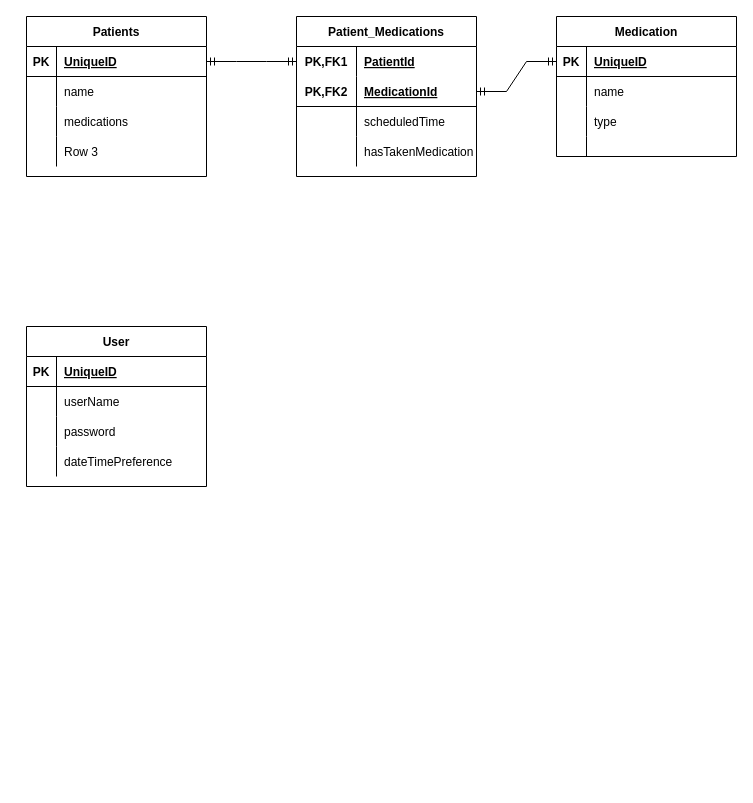
skspade/track.rx keeps this draw.io diagram as diagrams/DB Modeling Diagram.drawio. Above is the earlier version. Source tidied: cells renumbered, new cells numbered last; positions are measured from the earlier drawing's top-left corner, leaving out a move shared by most shapes. Both pictures are drawn from the tidied source at 100%, with x=0, y=0 at pixel (26, 16).
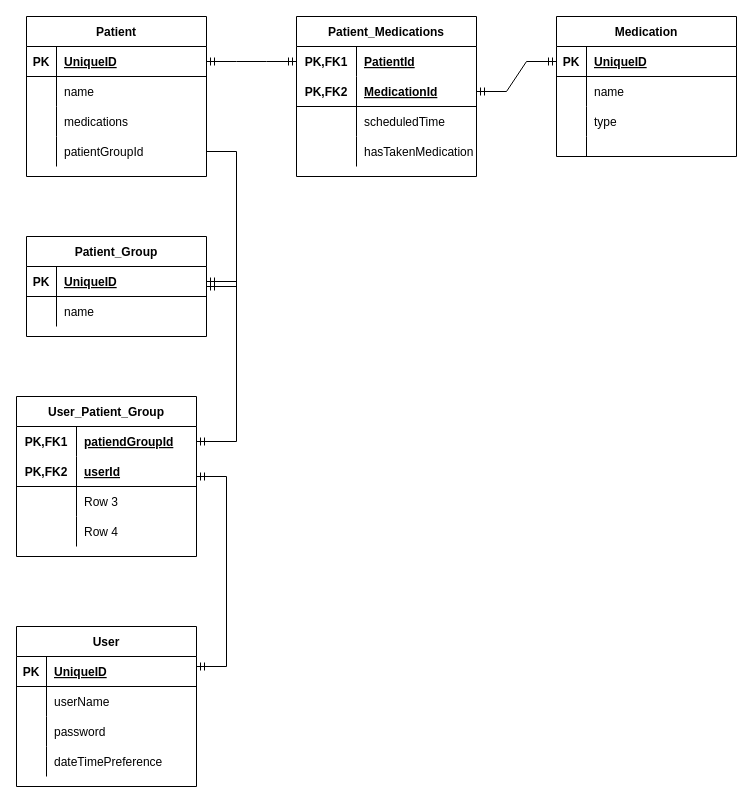
After the change.

Unchanged cells that the change refers to:
```xml
<mxCell id="38" style="shape=tableRow;horizontal=0;startSize=0;swimlaneHead=0;swimlaneBody=0;fillColor=none;points=[[0,0.5],[1,0.5]];portConstraint=eastwest;top=0;left=0;right=0;bottom=0;" parent="28" vertex="1">
  <mxGeometry y="120" width="180" height="30" as="geometry" />
</mxCell>
```

The edit, as a diff of the source:
```diff
@@
     <mxCell id="15" value="User" style="shape=table;startSize=30;childLayout=tableLayout;rowLines=0;fontStyle=1;align=center;" parent="1" vertex="1">
-      <mxGeometry y="310" width="180" height="160" as="geometry" />
+      <mxGeometry x="-10" y="610" width="180" height="160" as="geometry" />
     </mxCell>
@@
-    <mxCell id="28" value="Patients" style="shape=table;startSize=30;childLayout=tableLayout;rowLines=0;fontStyle=1;align=center;" parent="1" vertex="1">
+    <mxCell id="28" value="Patient" style="shape=table;startSize=30;childLayout=tableLayout;rowLines=0;fontStyle=1;align=center;" parent="1" vertex="1">
       <mxGeometry width="180" height="160" as="geometry" />
     </mxCell>
@@
-    <mxCell id="40" value="Row 3" style="shape=partialRectangle;fillColor=none;top=0;left=0;bottom=0;right=0;align=left;spacingLeft=6;overflow=hidden;" parent="38" vertex="1">
+    <mxCell id="40" value="patientGroupId" style="shape=partialRectangle;fillColor=none;top=0;left=0;bottom=0;right=0;align=left;spacingLeft=6;overflow=hidden;" parent="38" vertex="1">
       <mxGeometry x="30" width="150" height="30" as="geometry" />
     </mxCell>
@@
+    <mxCell id="56" value="Patient_Group" style="shape=table;startSize=30;childLayout=tableLayout;rowLines=0;fontStyle=1;align=center;" parent="1" vertex="1">
+      <mxGeometry y="220" width="180" height="100" as="geometry" />
+    </mxCell>
+    <mxCell id="57" style="shape=tableRow;horizontal=0;startSize=0;swimlaneHead=0;swimlaneBody=0;fillColor=none;points=[[0,0.5],[1,0.5]];portConstraint=eastwest;top=0;left=0;right=0;bottom=1;" parent="56" vertex="1">
+      <mxGeometry y="30" width="180" height="30" as="geometry" />
+    </mxCell>
+    <mxCell id="58" value="PK" style="shape=partialRectangle;fillColor=none;top=0;left=0;bottom=0;right=0;fontStyle=1;overflow=hidden;" parent="57" vertex="1">
+      <mxGeometry width="30" height="30" as="geometry" />
+    </mxCell>
+    <mxCell id="59" value="UniqueID" style="shape=partialRectangle;fillColor=none;top=0;left=0;bottom=0;right=0;align=left;spacingLeft=6;fontStyle=5;overflow=hidden;" parent="57" vertex="1">
+      <mxGeometry x="30" width="150" height="30" as="geometry" />
+    </mxCell>
+    <mxCell id="60" style="shape=tableRow;horizontal=0;startSize=0;swimlaneHead=0;swimlaneBody=0;fillColor=none;top=0;left=0;right=0;bottom=0;" parent="56" vertex="1">
+      <mxGeometry y="60" width="180" height="30" as="geometry" />
+    </mxCell>
+    <mxCell id="61" style="shape=partialRectangle;fillColor=none;top=0;left=0;bottom=0;right=0;overflow=hidden;" parent="60" vertex="1">
+      <mxGeometry width="30" height="30" as="geometry" />
+    </mxCell>
+    <mxCell id="62" value="name" style="shape=partialRectangle;fillColor=none;top=0;left=0;bottom=0;right=0;align=left;spacingLeft=6;overflow=hidden;" parent="60" vertex="1">
+      <mxGeometry x="30" width="150" height="30" as="geometry" />
+    </mxCell>
+    <mxCell id="63" style="edgeStyle=entityRelationEdgeStyle;fontSize=12;html=1;endArrow=ERmandOne;rounded=0;exitX=1;exitY=0.5;exitDx=0;exitDy=0;entryX=1;entryY=0.5;entryDx=0;entryDy=0;" parent="1" edge="1" source="38" target="56">
+      <mxGeometry relative="1" as="geometry" />
+    </mxCell>
+    <mxCell id="64" value="User_Patient_Group" style="shape=table;startSize=30;childLayout=tableLayout;rowLines=0;fontStyle=1;align=center;" parent="1" vertex="1">
+      <mxGeometry x="-10" y="380" width="180" height="160" as="geometry" />
+    </mxCell>
+    <mxCell id="65" style="shape=tableRow;horizontal=0;startSize=0;swimlaneHead=0;swimlaneBody=0;fillColor=none;points=[[0,0.5],[1,0.5]];portConstraint=eastwest;top=0;left=0;right=0;bottom=0;" parent="64" vertex="1">
+      <mxGeometry y="30" width="180" height="30" as="geometry" />
+    </mxCell>
+    <mxCell id="66" value="PK,FK1" style="shape=partialRectangle;fillColor=none;top=0;left=0;bottom=0;right=0;fontStyle=1;overflow=hidden;" parent="65" vertex="1">
+      <mxGeometry width="60" height="30" as="geometry" />
+    </mxCell>
+    <mxCell id="67" value="patiendGroupId" style="shape=partialRectangle;fillColor=none;top=0;left=0;bottom=0;right=0;align=left;spacingLeft=6;fontStyle=5;overflow=hidden;" parent="65" vertex="1">
+      <mxGeometry x="60" width="120" height="30" as="geometry" />
+    </mxCell>
+    <mxCell id="68" style="shape=tableRow;horizontal=0;startSize=0;swimlaneHead=0;swimlaneBody=0;fillColor=none;top=0;left=0;right=0;bottom=1;" parent="64" vertex="1">
+      <mxGeometry y="60" width="180" height="30" as="geometry" />
+    </mxCell>
+    <mxCell id="69" value="PK,FK2" style="shape=partialRectangle;fillColor=none;top=0;left=0;bottom=0;right=0;fontStyle=1;overflow=hidden;" parent="68" vertex="1">
+      <mxGeometry width="60" height="30" as="geometry" />
+    </mxCell>
+    <mxCell id="70" value="userId" style="shape=partialRectangle;fillColor=none;top=0;left=0;bottom=0;right=0;align=left;spacingLeft=6;fontStyle=5;overflow=hidden;" parent="68" vertex="1">
+      <mxGeometry x="60" width="120" height="30" as="geometry" />
+    </mxCell>
+    <mxCell id="71" style="shape=tableRow;horizontal=0;startSize=0;swimlaneHead=0;swimlaneBody=0;fillColor=none;top=0;left=0;right=0;bottom=0;" parent="64" vertex="1">
+      <mxGeometry y="90" width="180" height="30" as="geometry" />
+    </mxCell>
+    <mxCell id="72" style="shape=partialRectangle;fillColor=none;top=0;left=0;bottom=0;right=0;overflow=hidden;" parent="71" vertex="1">
+      <mxGeometry width="60" height="30" as="geometry" />
+    </mxCell>
+    <mxCell id="73" value="Row 3" style="shape=partialRectangle;fillColor=none;top=0;left=0;bottom=0;right=0;align=left;spacingLeft=6;overflow=hidden;" parent="71" vertex="1">
+      <mxGeometry x="60" width="120" height="30" as="geometry" />
+    </mxCell>
+    <mxCell id="74" style="shape=tableRow;horizontal=0;startSize=0;swimlaneHead=0;swimlaneBody=0;fillColor=none;top=0;left=0;right=0;bottom=0;" parent="64" vertex="1">
+      <mxGeometry y="120" width="180" height="30" as="geometry" />
+    </mxCell>
+    <mxCell id="75" style="shape=partialRectangle;fillColor=none;top=0;left=0;bottom=0;right=0;overflow=hidden;" parent="74" vertex="1">
+      <mxGeometry width="60" height="30" as="geometry" />
+    </mxCell>
+    <mxCell id="76" value="Row 4" style="shape=partialRectangle;fillColor=none;top=0;left=0;bottom=0;right=0;align=left;spacingLeft=6;overflow=hidden;" parent="74" vertex="1">
+      <mxGeometry x="60" width="120" height="30" as="geometry" />
+    </mxCell>
+    <mxCell id="77" style="edgeStyle=entityRelationEdgeStyle;fontSize=12;html=1;endArrow=ERmandOne;startArrow=ERmandOne;rounded=0;exitX=1;exitY=0.5;exitDx=0;exitDy=0;" parent="1" edge="1" source="65" target="57">
+      <mxGeometry relative="1" as="geometry" />
+    </mxCell>
+    <mxCell id="78" style="edgeStyle=entityRelationEdgeStyle;fontSize=12;html=1;endArrow=ERmandOne;startArrow=ERmandOne;rounded=0;entryX=1;entryY=0.5;entryDx=0;entryDy=0;exitX=1;exitY=0.25;exitDx=0;exitDy=0;" parent="1" edge="1" source="15" target="64">
+      <mxGeometry relative="1" as="geometry" />
+    </mxCell>
```
